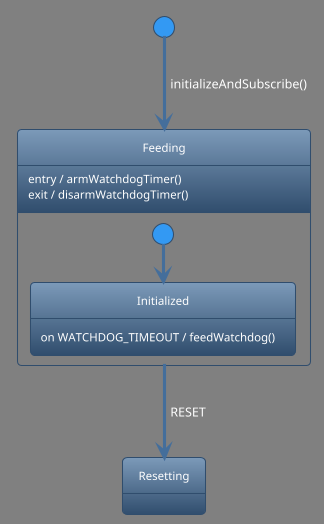
Above: documentation/images/state-diagram-watchdog.png in janelia-arduino/ArenaController (PlantUML), before the change.
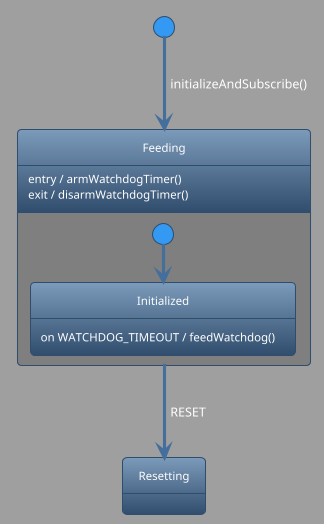
After the change.

Commit message:
Progress towards state-diagram-pattern

What changed in the source:
```diff
@@ -1,7 +1,14 @@
 @startuml
 !theme spacelab
-skinparam backgroundColor #808080
-state Feeding {
+skinparam backgroundColor #9F9F9F
+<style>
+.compound0 {
+  stateBody {
+    BackGroundColor #7F7F7F;
+  }
+}
+</style>
+state Feeding <<compound0>> {
   Feeding : entry / armWatchdogTimer()
   Feeding : exit / disarmWatchdogTimer()
   state Initialized {
```
